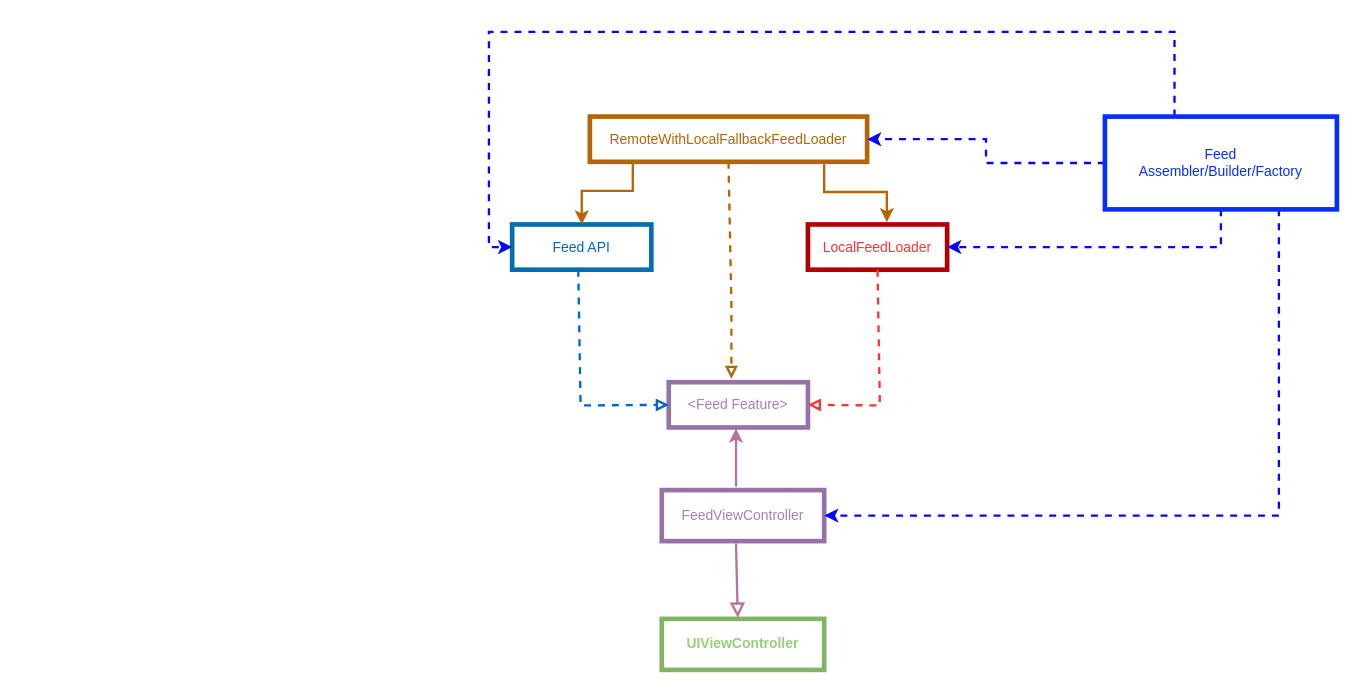
gopal-iosdev/essential_developer keeps this draw.io diagram as iOS Lead Essentials/Networking Module/Diagrams/Architecture_And_Modular_Design_Netowrking_Module.drawio. Above is the earlier version. Source tidied: cells renumbered, new cells numbered last; positions are measured from the earlier drawing's top-left corner, leaving out a move shared by most shapes. Both pictures are drawn from the tidied source at 116%, with x=0, y=0 at pixel (488, 31).
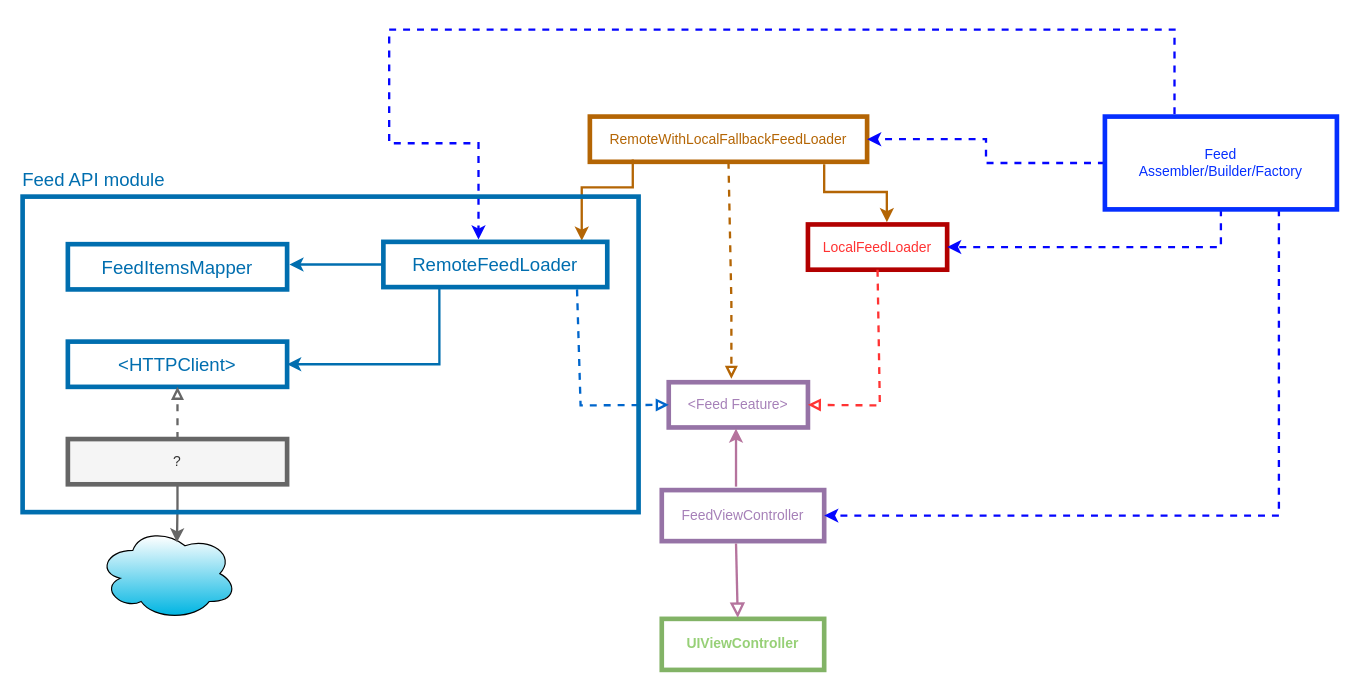
The same page after the edit.

Commit message:
Added Feed API module to the architecture diagram

The change refers to these unchanged cells:
```xml
<mxCell id="4" value="&lt;font color=&quot;#a680b8&quot;&gt;&amp;lt;Feed Feature&amp;gt;&lt;/font&gt;" style="rounded=0;whiteSpace=wrap;html=1;fillColor=none;strokeColor=#9673a6;strokeWidth=4;" parent="1" vertex="1">
  <mxGeometry x="155" y="302" width="120" height="39" as="geometry" />
</mxCell>
<mxCell id="11" value="&lt;font color=&quot;#b46504&quot;&gt;RemoteWithLocalFallbackFeedLoader&lt;/font&gt;" style="rounded=0;whiteSpace=wrap;html=1;fillColor=none;strokeColor=#b46504;strokeWidth=4;" parent="1" vertex="1">
  <mxGeometry x="87" y="73" width="239" height="39" as="geometry" />
</mxCell>
<mxCell id="19" value="&lt;font color=&quot;#052fff&quot;&gt;Feed&lt;br&gt;Assembler/Builder/Factory&lt;br&gt;&lt;/font&gt;" style="rounded=0;whiteSpace=wrap;html=1;fillColor=none;strokeColor=#052fff;strokeWidth=4;fontColor=#ffffff;" parent="1" vertex="1">
  <mxGeometry x="531" y="73" width="200" height="80" as="geometry" />
</mxCell>
```

Change to the diagram source:
```diff
@@
-    <mxCell id="6" value="&lt;font color=&quot;#0066cc&quot;&gt;Feed API&lt;/font&gt;" style="rounded=0;whiteSpace=wrap;html=1;fillColor=none;strokeColor=#006EAF;strokeWidth=4;fontColor=#ffffff;" parent="1" vertex="1">
-      <mxGeometry x="20" y="166" width="120" height="39" as="geometry" />
-    </mxCell>
@@
-    <mxCell id="9" style="html=1;labelBackgroundColor=#ffffff;startArrow=none;startFill=0;startSize=6;endArrow=block;endFill=0;endSize=6;jettySize=auto;strokeWidth=2;dashed=1;fontSize=14;rounded=0;exitX=0.5;exitY=1;exitDx=0;exitDy=0;entryX=0;entryY=0.5;entryDx=0;entryDy=0;strokeColor=#0066CC;" parent="1" edge="1" target="4">
+    <mxCell id="9" style="html=1;labelBackgroundColor=#ffffff;startArrow=none;startFill=0;startSize=6;endArrow=block;endFill=0;endSize=6;jettySize=auto;strokeWidth=2;dashed=1;fontSize=14;rounded=0;entryX=0;entryY=0.5;entryDx=0;entryDy=0;strokeColor=#0066CC;exitX=0.865;exitY=1.051;exitDx=0;exitDy=0;exitPerimeter=0;" parent="1" edge="1" source="23" target="4">
       <mxGeometry relative="1" as="geometry">
-        <mxPoint x="77" y="205" as="sourcePoint" />
         <Array as="points">
           <mxPoint x="79" y="322" />
         </Array>
       </mxGeometry>
     </mxCell>
@@
-    <mxCell id="13" style="endArrow=classic;html=1;rounded=0;exitX=0.155;exitY=1.026;exitDx=0;exitDy=0;exitPerimeter=0;strokeWidth=2;strokeColor=#B46504;" parent="1" edge="1" source="11" target="6">
+    <mxCell id="13" style="endArrow=classic;html=1;rounded=0;exitX=0.155;exitY=1.026;exitDx=0;exitDy=0;exitPerimeter=0;strokeWidth=2;strokeColor=#B46504;entryX=0.886;entryY=0.051;entryDx=0;entryDy=0;entryPerimeter=0;" parent="1" edge="1">
       <mxGeometry relative="1" as="geometry">
+        <mxPoint x="124" y="110" as="sourcePoint" />
+        <mxPoint x="80" y="180" as="targetPoint" />
         <Array as="points">
-          <mxPoint x="124" y="137" />
-          <mxPoint x="80" y="137" />
+          <mxPoint x="124" y="134" />
+          <mxPoint x="80" y="134" />
         </Array>
       </mxGeometry>
     </mxCell>
@@
-    <mxCell id="15" style="edgeStyle=orthogonalEdgeStyle;rounded=0;jettySize=auto;html=1;entryX=0;entryY=0.5;entryDx=0;entryDy=0;strokeWidth=2;dashed=1;strokeColor=#0405ff;" parent="1" edge="1" source="19" target="6">
+    <mxCell id="15" style="edgeStyle=orthogonalEdgeStyle;rounded=0;orthogonalLoop=1;jettySize=auto;html=1;strokeWidth=2;dashed=1;strokeColor=#0405ff;" parent="1" edge="1">
       <mxGeometry relative="1" as="geometry">
+        <mxPoint x="591" y="71" as="sourcePoint" />
+        <mxPoint x="-9" y="179" as="targetPoint" />
         <Array as="points">
-          <mxPoint x="591" />
-          <mxPoint />
-          <mxPoint y="186" />
+          <mxPoint x="591" y="-2" />
+          <mxPoint x="-86" y="-2" />
+          <mxPoint x="-86" y="96" />
+          <mxPoint x="-9" y="96" />
         </Array>
       </mxGeometry>
     </mxCell>
@@
+    <mxCell id="20" value="&lt;font style=&quot;font-size: 16px;&quot;&gt;FeedItemsMapper&lt;/font&gt;" style="rounded=0;whiteSpace=wrap;html=1;fillColor=none;strokeColor=#006EAF;strokeWidth=4;fontColor=#006EAF;fontSize=16;" parent="1" vertex="1">
+      <mxGeometry x="-363" y="183" width="189" height="39" as="geometry" />
+    </mxCell>
+    <mxCell id="21" style="edgeStyle=orthogonalEdgeStyle;rounded=0;jettySize=auto;html=1;strokeColor=#006EAF;strokeWidth=2;fontColor=#006EAF;fontSize=16;" parent="1" edge="1" source="23">
+      <mxGeometry relative="1" as="geometry">
+        <mxPoint x="-172" y="200.5" as="targetPoint" />
+      </mxGeometry>
+    </mxCell>
+    <mxCell id="22" style="edgeStyle=orthogonalEdgeStyle;rounded=0;jettySize=auto;html=1;exitX=0.25;exitY=1;exitDx=0;exitDy=0;entryX=1;entryY=0.5;entryDx=0;entryDy=0;strokeColor=#006EAF;strokeWidth=2;fontColor=#006EAF;fontSize=16;" parent="1" edge="1" source="23" target="24">
+      <mxGeometry relative="1" as="geometry" />
+    </mxCell>
+    <mxCell id="23" value="&lt;font style=&quot;font-size: 16px;&quot;&gt;RemoteFeedLoader&lt;/font&gt;" style="rounded=0;whiteSpace=wrap;html=1;fillColor=none;strokeColor=#006EAF;strokeWidth=4;fontColor=#006EAF;fontSize=16;" parent="1" vertex="1">
+      <mxGeometry x="-91" y="181" width="193" height="39" as="geometry" />
+    </mxCell>
+    <mxCell id="24" value="&lt;font style=&quot;font-size: 16px;&quot;&gt;&amp;lt;HTTPClient&amp;gt;&lt;/font&gt;" style="rounded=0;whiteSpace=wrap;html=1;fillColor=none;strokeColor=#006EAF;strokeWidth=4;fontColor=#006EAF;fontSize=16;" parent="1" vertex="1">
+      <mxGeometry x="-363" y="267" width="189" height="39" as="geometry" />
+    </mxCell>
+    <mxCell id="25" style="ellipse;shape=cloud;whiteSpace=wrap;html=1;gradientColor=#00b5e2;" parent="1" vertex="1">
+      <mxGeometry x="-337" y="427" width="120" height="80" as="geometry" />
+    </mxCell>
+    <mxCell id="26" style="edgeStyle=orthogonalEdgeStyle;rounded=0;jettySize=auto;html=1;entryX=0.5;entryY=1;entryDx=0;entryDy=0;strokeWidth=2;dashed=1;endArrow=block;endFill=0;strokeColor=#666666;" parent="1" edge="1" source="28" target="24">
+      <mxGeometry relative="1" as="geometry" />
+    </mxCell>
+    <mxCell id="27" style="edgeStyle=orthogonalEdgeStyle;rounded=0;jettySize=auto;html=1;entryX=0.567;entryY=0.163;entryDx=0;entryDy=0;entryPerimeter=0;strokeWidth=2;strokeColor=#666666;" parent="1" edge="1" source="28" target="25">
+      <mxGeometry relative="1" as="geometry" />
+    </mxCell>
+    <mxCell id="28" value="?" style="rounded=0;whiteSpace=wrap;html=1;fillColor=#f5f5f5;strokeColor=#666666;strokeWidth=4;fontColor=#333333;" parent="1" vertex="1">
+      <mxGeometry x="-363" y="351" width="189" height="39" as="geometry" />
+    </mxCell>
+    <mxCell id="29" style="rounded=0;whiteSpace=wrap;html=1;fillColor=none;strokeWidth=4;strokeColor=#006EAF;" parent="1" vertex="1">
+      <mxGeometry x="-402" y="142" width="531" height="272" as="geometry" />
+    </mxCell>
+    <mxCell id="30" value="Feed API module" style="text;html=1;strokeColor=none;fillColor=none;align=center;verticalAlign=middle;whiteSpace=wrap;rounded=0;strokeWidth=0;fontColor=#006EAF;fontStyle=0;fontSize=16;" parent="1" vertex="1">
+      <mxGeometry x="-404" y="112" width="127" height="30" as="geometry" />
+    </mxCell>
```
